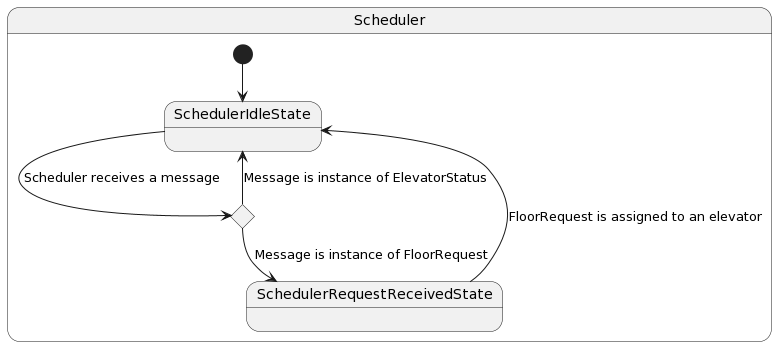
The PlantUML diagram docs/SchedulerStateDiagram.png in kavvykav/SYSC3303-project, before a commit.
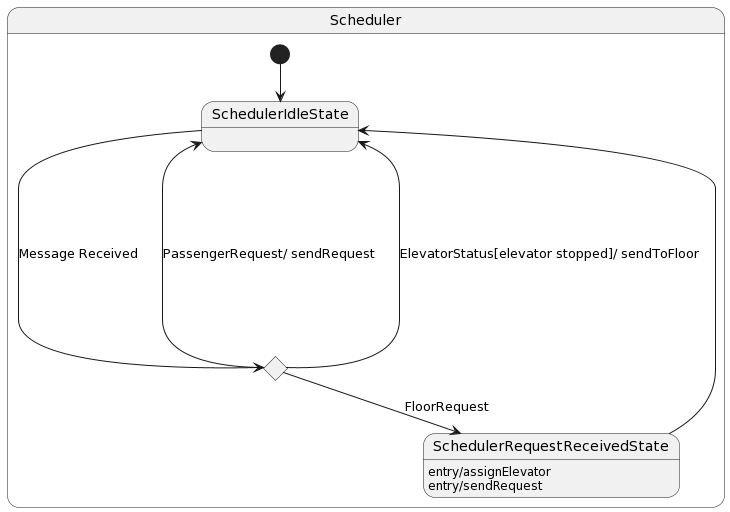
Later version of the same file.

Commit message:
Updated state diagrams

Diff of the diagram source:
```diff
@@ -1,14 +1,14 @@
 @startuml
+top to bottom direction
 state Scheduler {
-state SchedulerIdleState
-
+[*] --> SchedulerIdleState
 state choice <<choice>>
-state SchedulerRequestReceivedState
-
-[*] --> SchedulerIdleState
-SchedulerIdleState-->choice: Scheduler receives a message
-choice --> SchedulerIdleState : Message is instance of ElevatorStatus
-choice --> SchedulerRequestReceivedState : Message is instance of FloorRequest
-SchedulerRequestReceivedState --> SchedulerIdleState : FloorRequest is assigned to an elevator
+SchedulerIdleState ------> choice : Message Received
+choice --> SchedulerRequestReceivedState : FloorRequest
+SchedulerRequestReceivedState : entry/assignElevator
+SchedulerRequestReceivedState : entry/sendRequest
+choice --> SchedulerIdleState : PassengerRequest/ sendRequest
+choice --> SchedulerIdleState : ElevatorStatus[elevator stopped]/ sendToFloor
+SchedulerRequestReceivedState --> SchedulerIdleState
 }
 @enduml
```
